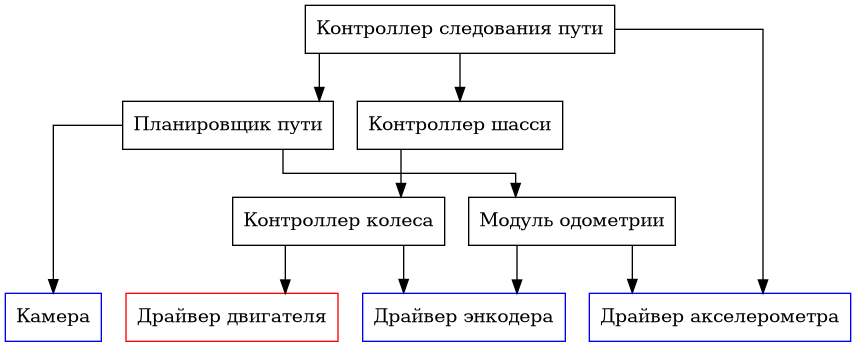
Before: doc/software.png, a diagram exported from Graphviz (prostoiChelovek/qHandedCart). Its source is kept beside it as doc/software.dot.
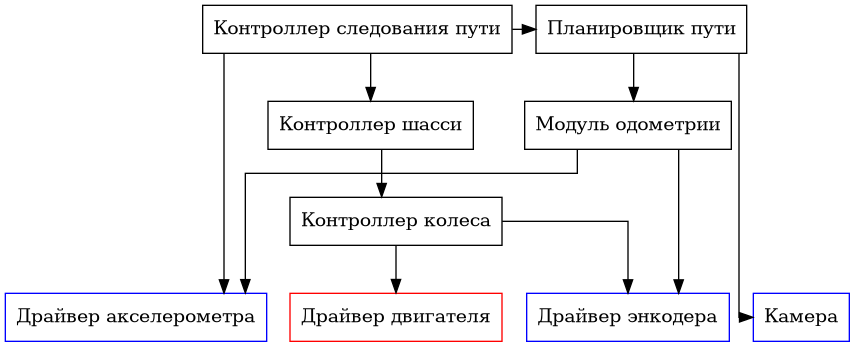
After the commit.

Commit message:
place modules at proper ranks on the graph

The edit, as a diff of the source:
```diff
@@ -14,24 +14,29 @@
     motor_driver [label = "Драйвер двигателя" color = red]
 
     wheel [label = "Контроллер колеса"]
-    chassis [label = "Контроллер шасси"]
 
-    odometry [label = "Модуль одометрии"]
+    {
+        rank = same
 
-    path_planner [label = "Планировщик пути"]
-    path_follower [label = "Контроллер следования пути"]
+        chassis [label = "Контроллер шасси"]
+        odometry [label = "Модуль одометрии"]
+    }
 
-    wheel -> encoder_driver
-    wheel -> motor_driver:ne
+    {
+        rank = same
+
+        path_planner [label = "Планировщик пути"]
+        path_follower [label = "Контроллер следования пути"]
+    }
+
+    wheel -> {encoder_driver, motor_driver}
 
     chassis -> wheel
 
-    odometry -> accelerometer_driver
-    odometry -> encoder_driver:ne
+    odometry -> {accelerometer_driver, encoder_driver}
 
-    path_follower -> accelerometer_driver
-    path_follower -> path_planner
-    path_follower -> chassis
+    path_follower -> {accelerometer_driver, path_planner, chassis}
 
-    path_planner -> {camera, odometry}
+    path_planner -> camera:nw
+    path_planner -> odometry
 }
```
